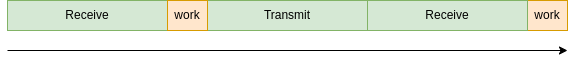
Above: spotkanie-2-przerwania-timery/figures/blocking.drawio.png in Eryk-Mozdzen/warsztaty-stm32 (draw.io), before the change. Source tidied: cells renumbered, new cells last; positions are measured from the earlier drawing's top-left corner, leaving out a move shared by most shapes. Source of this version:
```xml
<mxGraphModel background="#ffffff">
  <root>
    <mxCell id="0" />
    <mxCell id="1" parent="0" />
    <mxCell id="2" style="endArrow=classic;html=1;" parent="1" edge="1">
      <mxGeometry relative="1" as="geometry">
        <mxPoint y="50" as="sourcePoint" />
        <mxPoint x="560" y="50" as="targetPoint" />
      </mxGeometry>
    </mxCell>
    <mxCell id="3" value="Receive" style="rounded=0;whiteSpace=wrap;html=1;fillColor=#d5e8d4;strokeColor=#82b366;" parent="1" vertex="1">
      <mxGeometry width="160" height="30" as="geometry" />
    </mxCell>
    <mxCell id="4" value="Transmit" style="rounded=0;whiteSpace=wrap;html=1;fillColor=#d5e8d4;strokeColor=#82b366;" parent="1" vertex="1">
      <mxGeometry x="200" width="160" height="30" as="geometry" />
    </mxCell>
    <mxCell id="5" value="work" style="rounded=0;whiteSpace=wrap;html=1;fillColor=#ffe6cc;strokeColor=#d79b00;" parent="1" vertex="1">
      <mxGeometry x="160" width="40" height="30" as="geometry" />
    </mxCell>
    <mxCell id="6" value="work" style="rounded=0;whiteSpace=wrap;html=1;fillColor=#ffe6cc;strokeColor=#d79b00;" parent="1" vertex="1">
      <mxGeometry x="520" width="40" height="30" as="geometry" />
    </mxCell>
    <mxCell id="7" value="Receive" style="rounded=0;whiteSpace=wrap;html=1;fillColor=#d5e8d4;strokeColor=#82b366;" parent="1" vertex="1">
      <mxGeometry x="360" width="160" height="30" as="geometry" />
    </mxCell>
  </root>
</mxGraphModel>
```
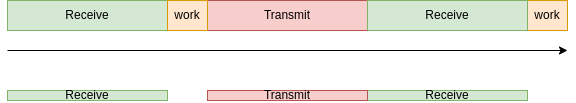
After the change.

The edit, as a diff of the source:
```diff
@@ -11,7 +11,7 @@
     <mxCell id="3" value="Receive" style="rounded=0;whiteSpace=wrap;html=1;fillColor=#d5e8d4;strokeColor=#82b366;" parent="1" vertex="1">
       <mxGeometry width="160" height="30" as="geometry" />
     </mxCell>
-    <mxCell id="4" value="Transmit" style="rounded=0;whiteSpace=wrap;html=1;fillColor=#d5e8d4;strokeColor=#82b366;" parent="1" vertex="1">
+    <mxCell id="4" value="Transmit" style="rounded=0;whiteSpace=wrap;html=1;fillColor=#f8cecc;strokeColor=#b85450;" parent="1" vertex="1">
       <mxGeometry x="200" width="160" height="30" as="geometry" />
     </mxCell>
     <mxCell id="5" value="work" style="rounded=0;whiteSpace=wrap;html=1;fillColor=#ffe6cc;strokeColor=#d79b00;" parent="1" vertex="1">
@@ -23,5 +23,14 @@
     <mxCell id="7" value="Receive" style="rounded=0;whiteSpace=wrap;html=1;fillColor=#d5e8d4;strokeColor=#82b366;" parent="1" vertex="1">
       <mxGeometry x="360" width="160" height="30" as="geometry" />
     </mxCell>
+    <mxCell id="8" value="Receive" style="rounded=0;whiteSpace=wrap;html=1;fillColor=#d5e8d4;strokeColor=#82b366;" parent="1" vertex="1">
+      <mxGeometry y="90" width="160" height="10" as="geometry" />
+    </mxCell>
+    <mxCell id="9" value="Receive" style="rounded=0;whiteSpace=wrap;html=1;fillColor=#d5e8d4;strokeColor=#82b366;" parent="1" vertex="1">
+      <mxGeometry x="360" y="90" width="160" height="10" as="geometry" />
+    </mxCell>
+    <mxCell id="10" value="Transmit" style="rounded=0;whiteSpace=wrap;html=1;fillColor=#f8cecc;strokeColor=#b85450;" parent="1" vertex="1">
+      <mxGeometry x="200" y="90" width="160" height="10" as="geometry" />
+    </mxCell>
   </root>
 </mxGraphModel>
```
